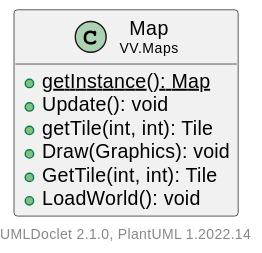
Above: docs/VV/Maps/Map.svg in vieruuuu/valentin-vulture (PlantUML), before the change. Source of this version:
```plantuml
@startuml
    set namespaceSeparator none
    hide empty fields
    hide empty methods

    class "<size:14>Map\n<size:10>VV.Maps" as VV.Maps.Map [[Map.html]] {
        {static} +getInstance(): Map
        +Update(): void
        +getTile(int, int): Tile
        +Draw(Graphics): void
        +GetTile(int, int): Tile
        +LoadWorld(): void
    }

    center footer UMLDoclet 2.1.0, PlantUML %version()
@enduml
```
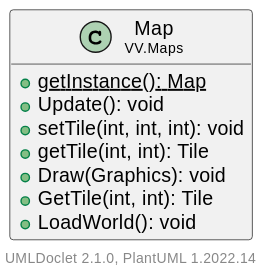
Above is the later version.

Change to the diagram source:
```diff
@@ -6,6 +6,7 @@
     class "<size:14>Map\n<size:10>VV.Maps" as VV.Maps.Map [[Map.html]] {
         {static} +getInstance(): Map
         +Update(): void
+        +setTile(int, int, int): void
         +getTile(int, int): Tile
         +Draw(Graphics): void
         +GetTile(int, int): Tile
```
